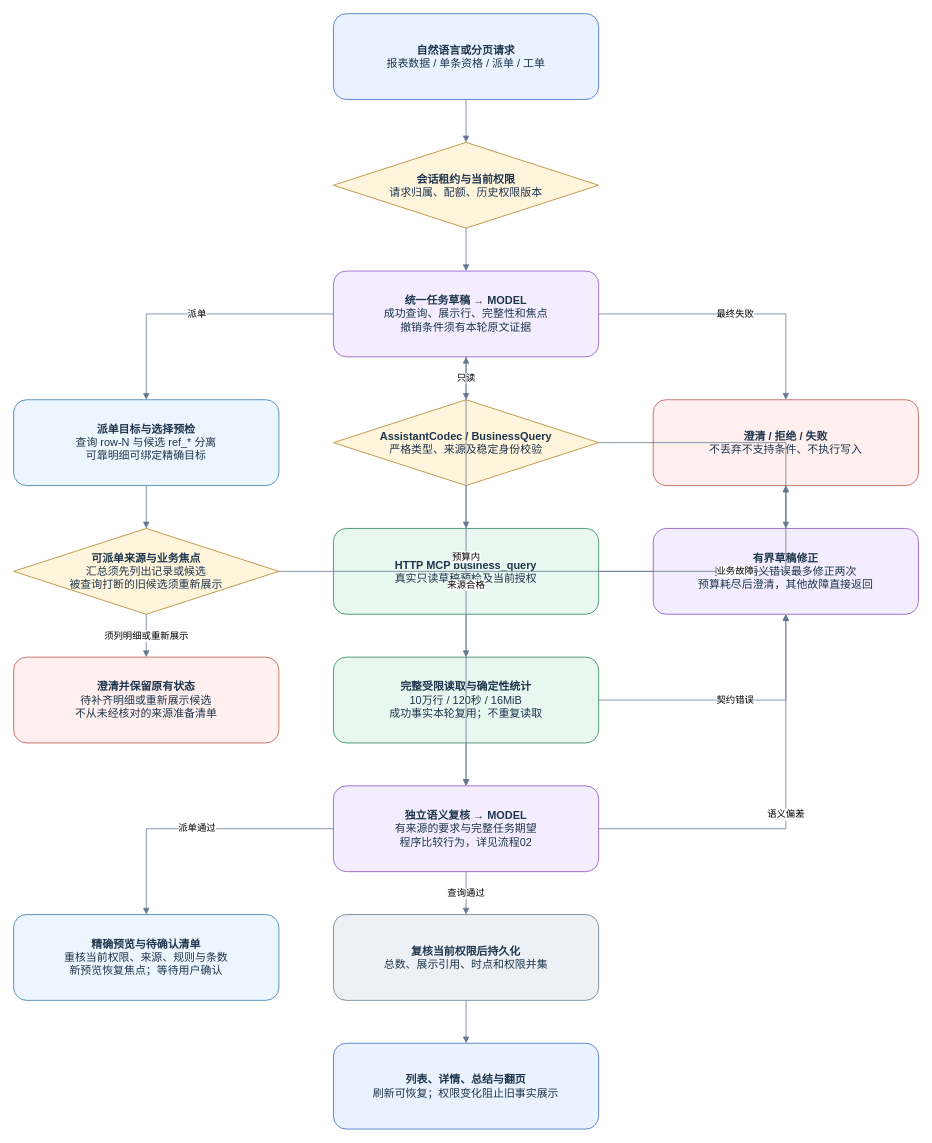
Above: page "09 通用查询与连续上下文" (9 of 12) of docs/diagrams/demo-final/demo-final.drawio in QSZJAVA/agent_demo (draw.io), before the change. Source tidied: cells renumbered, new cells numbered last; positions are measured from the earlier drawing's top-left corner, leaving out a move shared by most shapes. Both pictures are drawn from the tidied source at 78%, with x=0, y=0 at pixel (13, 13).
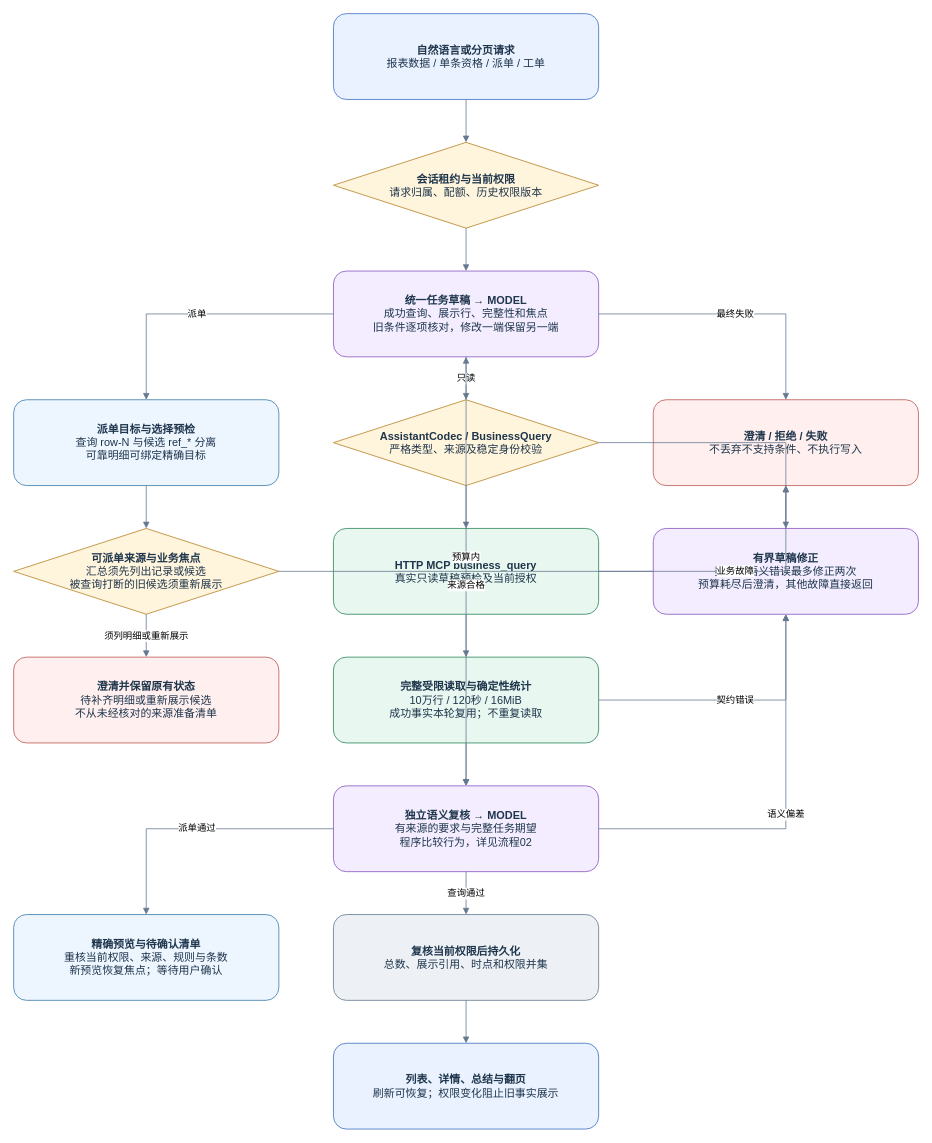
The same page after the edit.

The edit, as a diff of the source:
```diff
@@
-    <mxCell id="4" value="&lt;b&gt;统一任务草稿 → MODEL&lt;/b&gt;&lt;br&gt;成功查询、展示行、完整性和焦点&lt;br&gt;撤销条件须有本轮原文证据" style="rounded=1;whiteSpace=wrap;html=1;fillColor=#f3edff;strokeColor=#8751bf;fontColor=#1e354c;fontFamily=Microsoft YaHei;fontSize=14;" parent="1" vertex="1">
+    <mxCell id="4" value="&lt;b&gt;统一任务草稿 → MODEL&lt;/b&gt;&lt;br&gt;成功查询、展示行、完整性和焦点&lt;br&gt;旧条件逐项核对，修改一端保留另一端" style="rounded=1;whiteSpace=wrap;html=1;fillColor=#f3edff;strokeColor=#8751bf;fontColor=#1e354c;fontFamily=Microsoft YaHei;fontSize=14;" parent="1" vertex="1">
       <mxGeometry x="410" y="330" width="340" height="110" as="geometry" />
     </mxCell>
```
